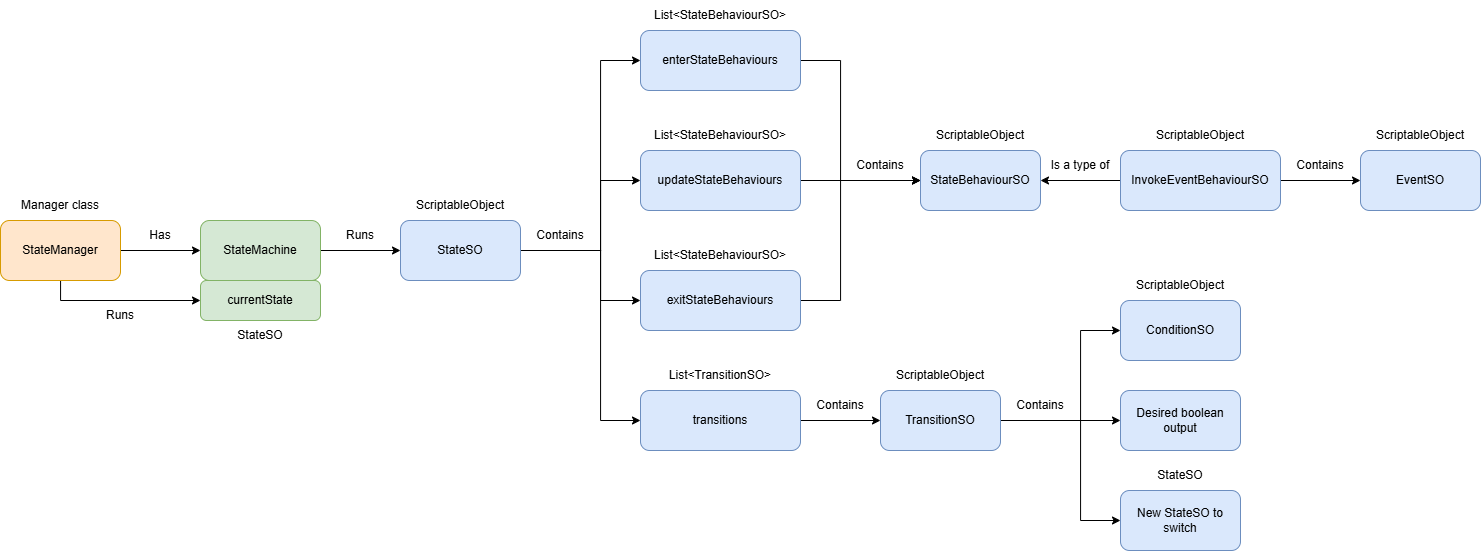
Above: Media/TowerDefenseTemplate_StateMachine_Architecture.png in YongKang03/tower-defense-template (draw.io), before the change. Source tidied: cells renumbered, new cells last; positions are measured from the earlier drawing's top-left corner, leaving out a move shared by most shapes.
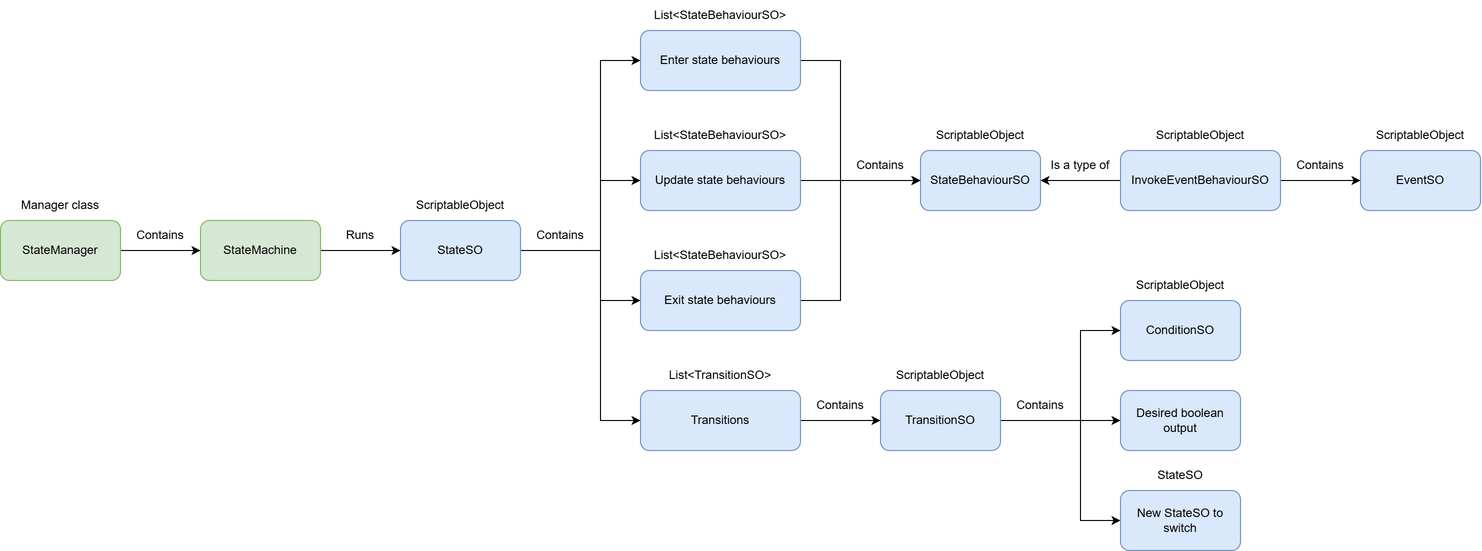
Later version of the same file.

The edit, as a diff of the source:
```diff
@@ -46,14 +46,7 @@
     <mxCell id="9" style="edgeStyle=orthogonalEdgeStyle;rounded=0;jettySize=auto;html=1;" parent="1" edge="1" source="11" target="8">
       <mxGeometry relative="1" as="geometry" />
     </mxCell>
-    <mxCell id="10" style="edgeStyle=orthogonalEdgeStyle;rounded=0;jettySize=auto;html=1;" parent="1" edge="1" source="11" target="39">
-      <mxGeometry relative="1" as="geometry">
-        <Array as="points">
-          <mxPoint x="60" y="300" />
-        </Array>
-      </mxGeometry>
-    </mxCell>
-    <mxCell id="11" value="StateManager" style="rounded=1;whiteSpace=wrap;html=1;fillColor=#ffe6cc;strokeColor=#d79b00;" parent="1" vertex="1">
+    <mxCell id="11" value="StateManager" style="rounded=1;whiteSpace=wrap;html=1;fillColor=#d5e8d4;strokeColor=#82b366;" parent="1" vertex="1">
       <mxGeometry y="220" width="120" height="60" as="geometry" />
     </mxCell>
     <mxCell id="12" value="StateBehaviourSO" style="rounded=1;whiteSpace=wrap;html=1;fillColor=#dae8fc;strokeColor=#6c8ebf;" parent="1" vertex="1">
@@ -67,13 +60,13 @@
         </Array>
       </mxGeometry>
     </mxCell>
-    <mxCell id="14" value="enterStateBehaviours" style="rounded=1;whiteSpace=wrap;html=1;fillColor=#dae8fc;strokeColor=#6c8ebf;" parent="1" vertex="1">
+    <mxCell id="14" value="Enter state behaviours" style="rounded=1;whiteSpace=wrap;html=1;fillColor=#dae8fc;strokeColor=#6c8ebf;" parent="1" vertex="1">
       <mxGeometry x="640" y="30" width="160" height="60" as="geometry" />
     </mxCell>
     <mxCell id="15" style="edgeStyle=orthogonalEdgeStyle;rounded=0;jettySize=auto;html=1;" parent="1" edge="1" source="16" target="12">
       <mxGeometry relative="1" as="geometry" />
     </mxCell>
-    <mxCell id="16" value="updateStateBehaviours" style="rounded=1;whiteSpace=wrap;html=1;fillColor=#dae8fc;strokeColor=#6c8ebf;" parent="1" vertex="1">
+    <mxCell id="16" value="Update state behaviours" style="rounded=1;whiteSpace=wrap;html=1;fillColor=#dae8fc;strokeColor=#6c8ebf;" parent="1" vertex="1">
       <mxGeometry x="640" y="150" width="160" height="60" as="geometry" />
     </mxCell>
     <mxCell id="17" style="edgeStyle=orthogonalEdgeStyle;rounded=0;jettySize=auto;html=1;" parent="1" edge="1" source="18" target="12">
@@ -84,13 +77,13 @@
         </Array>
       </mxGeometry>
     </mxCell>
-    <mxCell id="18" value="exitStateBehaviours" style="rounded=1;whiteSpace=wrap;html=1;fillColor=#dae8fc;strokeColor=#6c8ebf;" parent="1" vertex="1">
+    <mxCell id="18" value="Exit state behaviours" style="rounded=1;whiteSpace=wrap;html=1;fillColor=#dae8fc;strokeColor=#6c8ebf;" parent="1" vertex="1">
       <mxGeometry x="640" y="270" width="160" height="60" as="geometry" />
     </mxCell>
     <mxCell id="19" style="edgeStyle=orthogonalEdgeStyle;rounded=0;jettySize=auto;html=1;" parent="1" edge="1" source="20" target="24">
       <mxGeometry relative="1" as="geometry" />
     </mxCell>
-    <mxCell id="20" value="transitions" style="rounded=1;whiteSpace=wrap;html=1;fillColor=#dae8fc;strokeColor=#6c8ebf;" parent="1" vertex="1">
+    <mxCell id="20" value="Transitions" style="rounded=1;whiteSpace=wrap;html=1;fillColor=#dae8fc;strokeColor=#6c8ebf;" parent="1" vertex="1">
       <mxGeometry x="640" y="390" width="160" height="60" as="geometry" />
     </mxCell>
     <mxCell id="21" style="edgeStyle=orthogonalEdgeStyle;rounded=0;jettySize=auto;html=1;" parent="1" edge="1" source="24" target="25">
@@ -127,7 +120,7 @@
     <mxCell id="28" value="Runs" style="text;html=1;whiteSpace=wrap;strokeColor=none;fillColor=none;align=center;verticalAlign=middle;rounded=0;" parent="1" vertex="1">
       <mxGeometry x="330" y="220" width="60" height="30" as="geometry" />
     </mxCell>
-    <mxCell id="29" value="Has" style="text;html=1;whiteSpace=wrap;strokeColor=none;fillColor=none;align=center;verticalAlign=middle;rounded=0;" parent="1" vertex="1">
+    <mxCell id="29" value="Contains" style="text;html=1;whiteSpace=wrap;strokeColor=none;fillColor=none;align=center;verticalAlign=middle;rounded=0;" parent="1" vertex="1">
       <mxGeometry x="130" y="220" width="60" height="30" as="geometry" />
     </mxCell>
     <mxCell id="30" value="Contains" style="text;html=1;whiteSpace=wrap;strokeColor=none;fillColor=none;align=center;verticalAlign=middle;rounded=0;" parent="1" vertex="1">
@@ -157,12 +150,6 @@
     <mxCell id="38" value="Manager class" style="text;html=1;whiteSpace=wrap;strokeColor=none;fillColor=none;align=center;verticalAlign=middle;rounded=0;" parent="1" vertex="1">
       <mxGeometry y="190" width="120" height="30" as="geometry" />
     </mxCell>
-    <mxCell id="39" value="currentState" style="rounded=1;whiteSpace=wrap;html=1;fillColor=#d5e8d4;strokeColor=#82b366;" parent="1" vertex="1">
-      <mxGeometry x="200" y="280" width="120" height="40" as="geometry" />
-    </mxCell>
-    <mxCell id="40" value="Runs" style="text;html=1;whiteSpace=wrap;strokeColor=none;fillColor=none;align=center;verticalAlign=middle;rounded=0;" parent="1" vertex="1">
-      <mxGeometry x="90" y="300" width="60" height="30" as="geometry" />
-    </mxCell>
     <mxCell id="41" value="List&amp;lt;TransitionSO&amp;gt;" style="text;html=1;whiteSpace=wrap;strokeColor=none;fillColor=none;align=center;verticalAlign=middle;rounded=0;" parent="1" vertex="1">
       <mxGeometry x="640" y="360" width="160" height="30" as="geometry" />
     </mxCell>
@@ -175,9 +162,6 @@
     <mxCell id="44" value="List&amp;lt;StateBehaviourSO&amp;gt;" style="text;html=1;whiteSpace=wrap;strokeColor=none;fillColor=none;align=center;verticalAlign=middle;rounded=0;" parent="1" vertex="1">
       <mxGeometry x="640" width="160" height="30" as="geometry" />
     </mxCell>
-    <mxCell id="45" value="StateSO" style="text;html=1;whiteSpace=wrap;strokeColor=none;fillColor=none;align=center;verticalAlign=middle;rounded=0;" parent="1" vertex="1">
-      <mxGeometry x="230" y="320" width="60" height="30" as="geometry" />
-    </mxCell>
     <mxCell id="46" style="edgeStyle=orthogonalEdgeStyle;rounded=0;jettySize=auto;html=1;" parent="1" edge="1" source="48" target="12">
       <mxGeometry relative="1" as="geometry" />
     </mxCell>
```
